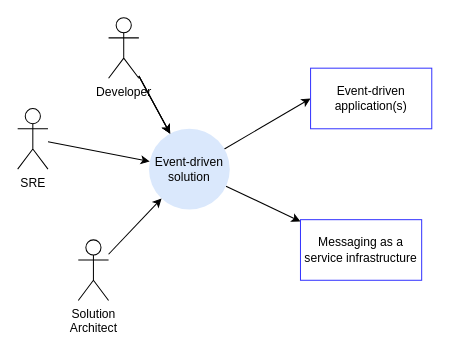
Before: docs/solutions/gitops_IaC/diagrams/eda-gitops.drawio in jbcodeforce/eda-studies, a draw.io diagram. Source tidied: cells renumbered, new cells numbered last; positions are measured from the earlier drawing's top-left corner, leaving out a move shared by most shapes. Both pictures are drawn from the tidied source at 101%, with x=0, y=0 at pixel (17, 17).
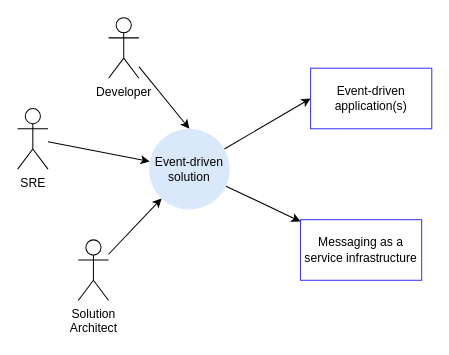
Above is the later version.

The edit, as a diff of the source:
```diff
@@
 <mxGraphModel>
   <root>
     <mxCell id="0" />
     <mxCell id="1" parent="0" />
     <mxCell id="2" style="edgeStyle=none;html=1;entryX=0;entryY=0.5;entryDx=0;entryDy=0;" parent="1" edge="1" source="4" target="5">
       <mxGeometry relative="1" as="geometry" />
     </mxCell>
     <mxCell id="3" style="edgeStyle=none;html=1;" parent="1" edge="1" source="4" target="6">
       <mxGeometry relative="1" as="geometry" />
     </mxCell>
     <mxCell id="4" value="Event-driven solution" style="ellipse;whiteSpace=wrap;html=1;fillColor=#dae8fc;strokeColor=none;" parent="1" vertex="1">
       <mxGeometry x="130" y="110" width="80" height="80" as="geometry" />
     </mxCell>
     <mxCell id="5" value="Event-driven application(s)" style="rounded=0;whiteSpace=wrap;html=1;strokeColor=#3333FF;" parent="1" vertex="1">
       <mxGeometry x="290" y="50" width="120" height="60" as="geometry" />
     </mxCell>
     <mxCell id="6" value="Messaging as a service infrastructure" style="rounded=0;whiteSpace=wrap;html=1;strokeColor=#3333FF;" parent="1" vertex="1">
       <mxGeometry x="280" y="200" width="120" height="60" as="geometry" />
     </mxCell>
     <mxCell id="7" style="edgeStyle=none;html=1;" parent="1" edge="1" source="8" target="4">
       <mxGeometry relative="1" as="geometry" />
     </mxCell>
     <mxCell id="8" value="SRE" style="shape=umlActor;verticalLabelPosition=bottom;verticalAlign=top;html=1;" parent="1" vertex="1">
       <mxGeometry y="90" width="30" height="60" as="geometry" />
     </mxCell>
-    <mxCell id="9" style="edgeStyle=none;html=1;" parent="1" edge="1" source="12" target="4">
-      <mxGeometry relative="1" as="geometry" />
-    </mxCell>
-    <mxCell id="10" style="edgeStyle=none;html=1;" parent="1" edge="1" source="12" target="4">
-      <mxGeometry relative="1" as="geometry" />
-    </mxCell>
-    <mxCell id="11" style="edgeStyle=none;html=1;" parent="1" edge="1" source="12" target="4">
-      <mxGeometry relative="1" as="geometry" />
-    </mxCell>
+    <mxCell id="15" style="edgeStyle=none;html=1;entryX=0.5;entryY=0;entryDx=0;entryDy=0;" parent="1" edge="1" source="12" target="4">
+      <mxGeometry relative="1" as="geometry" />
+    </mxCell>
     <mxCell id="12" value="Developer" style="shape=umlActor;verticalLabelPosition=bottom;verticalAlign=top;html=1;" parent="1" vertex="1">
       <mxGeometry x="90" width="30" height="60" as="geometry" />
     </mxCell>
     <mxCell id="13" style="edgeStyle=none;html=1;" parent="1" edge="1" source="14" target="4">
       <mxGeometry relative="1" as="geometry" />
     </mxCell>
     <mxCell id="14" value="Solution &lt;br&gt;Architect" style="shape=umlActor;verticalLabelPosition=bottom;verticalAlign=top;html=1;" parent="1" vertex="1">
       <mxGeometry x="60" y="220" width="30" height="60" as="geometry" />
     </mxCell>
   </root>
 </mxGraphModel>
```
